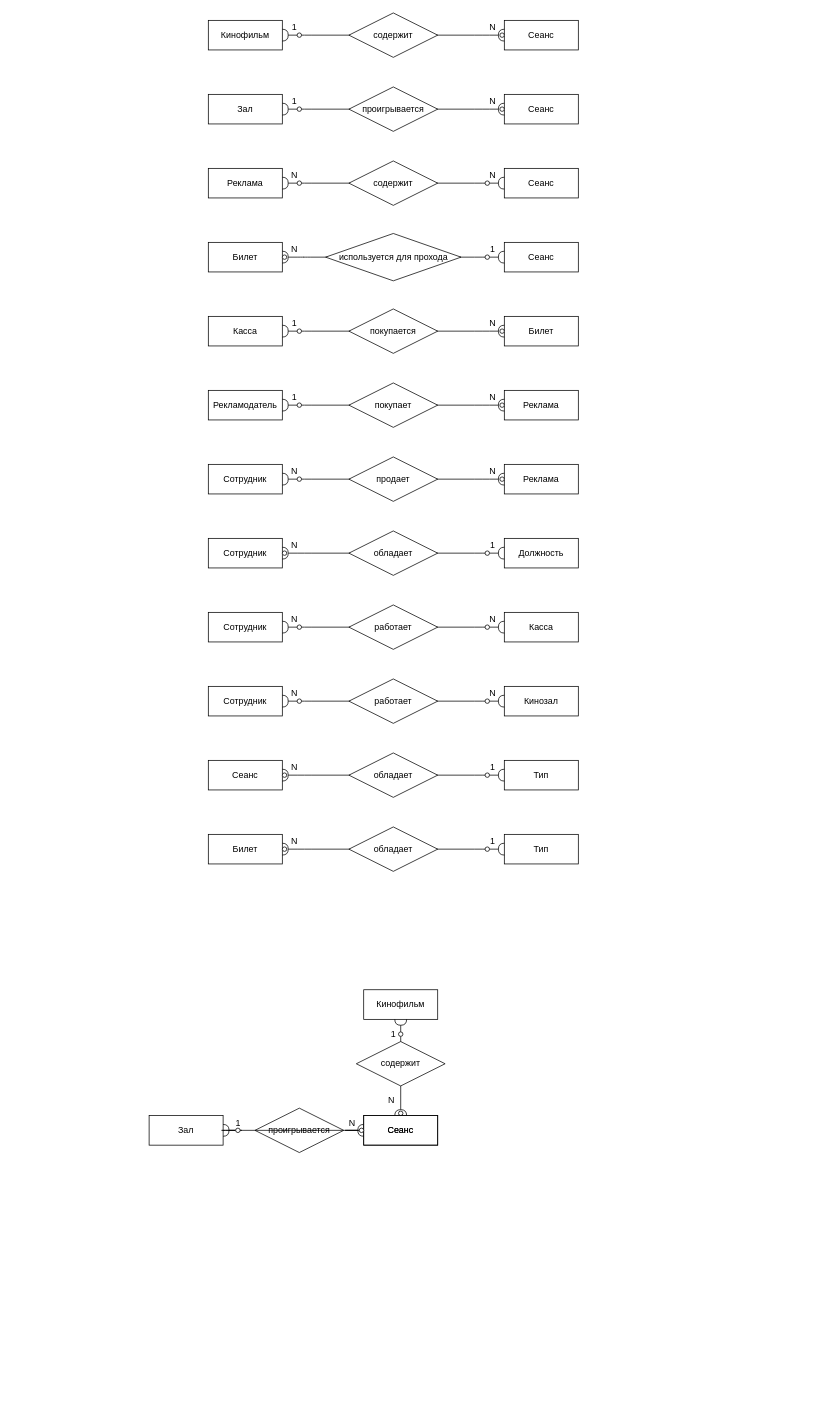
qbr-dude/CourseWork_CSM keeps this draw.io diagram as DataBaseInfo.draw/ER.drawio. Above is the earlier version. Source tidied: cells renumbered, new cells numbered last; positions are measured from the earlier drawing's top-left corner, leaving out a move shared by most shapes. Both pictures are drawn from the tidied source at 74%, with x=0, y=0 at pixel (149, 13).
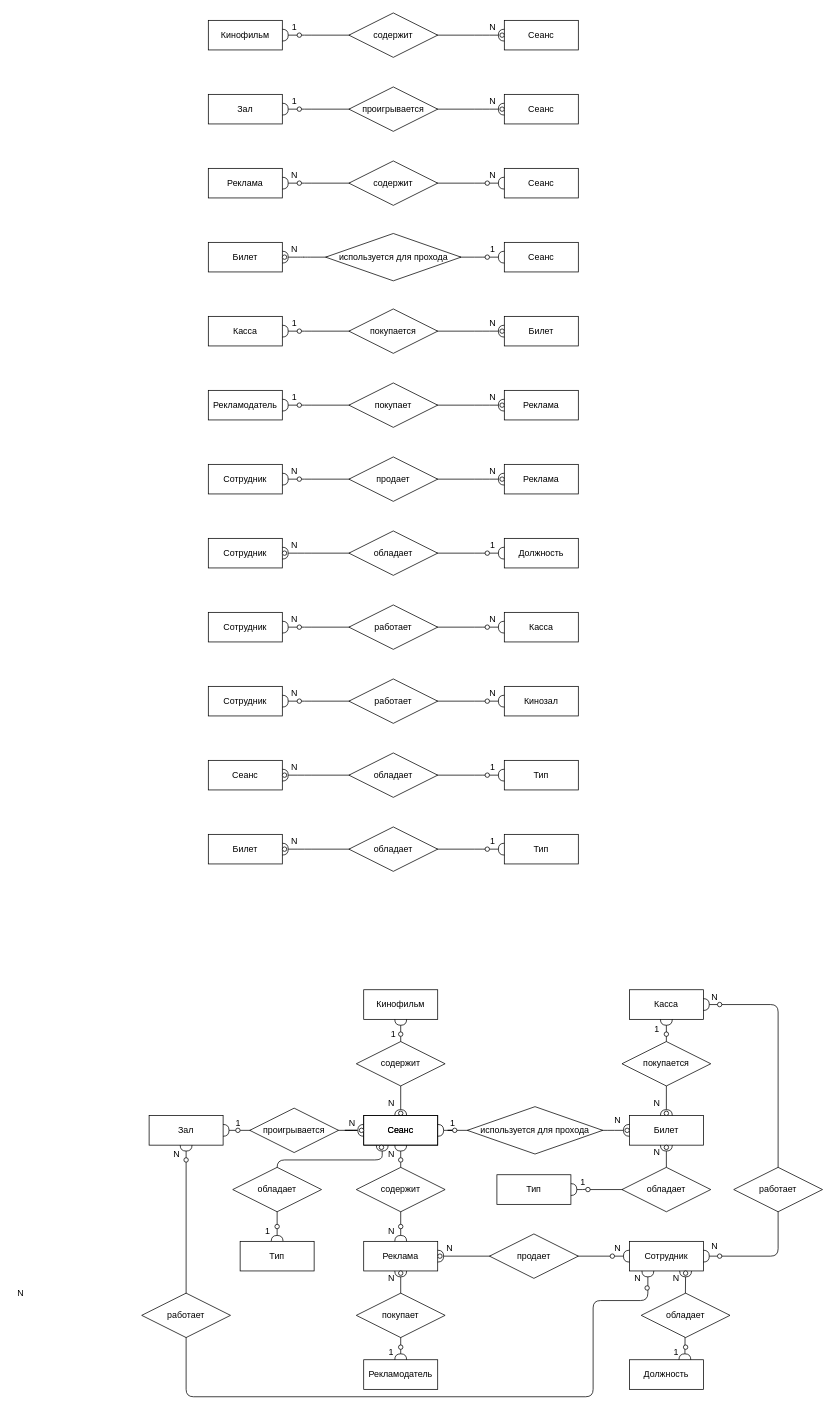
The same page after the edit.

Unchanged cells that the change refers to:
```xml
<mxCell id="111" value="Зал" style="whiteSpace=wrap;html=1;align=center;fillColor=none;" parent="1" vertex="1">
  <mxGeometry y="1490" width="100" height="40" as="geometry" />
</mxCell>
<mxCell id="112" value="Сеанс" style="whiteSpace=wrap;html=1;align=center;fillColor=none;" parent="1" vertex="1">
  <mxGeometry x="290" y="1490" width="100" height="40" as="geometry" />
</mxCell>
<mxCell id="118" style="ellipse;whiteSpace=wrap;html=1;" parent="1" vertex="1">
  <mxGeometry x="117" y="1507" width="6" height="6" as="geometry" />
</mxCell>
```

The edit, as a diff of the source:
```diff
@@
+    <mxCell id="119" style="edgeStyle=orthogonalEdgeStyle;fontSize=12;html=1;endArrow=halfCircle;endFill=0;startArrow=halfCircle;entryX=0.5;entryY=0;entryDx=0;entryDy=0;startFill=0;exitX=0.25;exitY=1;exitDx=0;exitDy=0;" parent="1" edge="1" source="112" target="178">
+      <mxGeometry relative="1" as="geometry">
+        <Array as="points">
+          <mxPoint x="315" y="1550" />
+          <mxPoint x="173" y="1550" />
+        </Array>
+      </mxGeometry>
+    </mxCell>
@@
-    <mxCell id="3" style="edgeStyle=entityRelationEdgeStyle;fontSize=12;html=1;endArrow=none;endFill=0;startArrow=halfCircle;entryX=1;entryY=0.5;entryDx=0;entryDy=0;startFill=0;" parent="1" edge="1" target="118">
-      <mxGeometry relative="1" as="geometry">
-        <mxPoint x="100" y="1510" as="sourcePoint" />
-      </mxGeometry>
-    </mxCell>
@@
     <mxCell id="106" value="N" style="text;html=1;align=center;verticalAlign=middle;" parent="1" vertex="1">
-      <mxGeometry x="317" y="1460" width="20" height="20" as="geometry" />
+      <mxGeometry x="317" y="1464" width="20" height="20" as="geometry" />
     </mxCell>
@@
-    <mxCell id="116" value="проигрывается" style="shape=rhombus;perimeter=rhombusPerimeter;whiteSpace=wrap;html=1;align=center;" parent="1" vertex="1">
-      <mxGeometry x="143" y="1480" width="120" height="60" as="geometry" />
-    </mxCell>
@@
+    <mxCell id="116" value="проигрывается" style="shape=rhombus;perimeter=rhombusPerimeter;whiteSpace=wrap;html=1;align=center;" parent="1" vertex="1">
+      <mxGeometry x="136" y="1480" width="120" height="60" as="geometry" />
+    </mxCell>
+    <mxCell id="120" value="Реклама" style="whiteSpace=wrap;html=1;align=center;fillColor=none;" parent="1" vertex="1">
+      <mxGeometry x="290" y="1660" width="100" height="40" as="geometry" />
+    </mxCell>
+    <mxCell id="121" style="fontSize=12;html=1;endArrow=halfCircle;endFill=0;startArrow=none;exitX=0.5;exitY=1;exitDx=0;exitDy=0;startFill=0;rounded=0;entryX=0.5;entryY=0;entryDx=0;entryDy=0;" parent="1" edge="1" source="126" target="120">
+      <mxGeometry relative="1" as="geometry" />
+    </mxCell>
+    <mxCell id="122" style="fontSize=12;html=1;endArrow=halfCircle;endFill=0;startArrow=none;exitX=0.5;exitY=1;exitDx=0;exitDy=0;startFill=0;rounded=0;entryX=0.5;entryY=1;entryDx=0;entryDy=0;" parent="1" edge="1" source="128" target="128">
+      <mxGeometry relative="1" as="geometry" />
+    </mxCell>
+    <mxCell id="123" value="N" style="text;html=1;align=center;verticalAlign=middle;" parent="1" vertex="1">
+      <mxGeometry x="317" y="1533" width="20" height="20" as="geometry" />
+    </mxCell>
+    <mxCell id="124" value="N" style="text;html=1;align=center;verticalAlign=middle;" parent="1" vertex="1">
+      <mxGeometry x="317" y="1637" width="20" height="20" as="geometry" />
+    </mxCell>
+    <mxCell id="125" value="содержит" style="shape=rhombus;perimeter=rhombusPerimeter;whiteSpace=wrap;html=1;align=center;" parent="1" vertex="1">
+      <mxGeometry x="280" y="1560" width="120" height="60" as="geometry" />
+    </mxCell>
+    <mxCell id="126" style="ellipse;whiteSpace=wrap;html=1;" parent="1" vertex="1">
+      <mxGeometry x="337" y="1547" width="6" height="6" as="geometry" />
+    </mxCell>
+    <mxCell id="127" style="fontSize=12;html=1;endArrow=none;endFill=0;startArrow=halfCircle;exitX=0.5;exitY=1;exitDx=0;exitDy=0;entryX=0.5;entryY=0;entryDx=0;entryDy=0;startFill=0;rounded=0;" parent="1" edge="1" target="126">
+      <mxGeometry relative="1" as="geometry">
+        <mxPoint x="340" y="1530" as="sourcePoint" />
+      </mxGeometry>
+    </mxCell>
+    <mxCell id="128" style="ellipse;whiteSpace=wrap;html=1;" parent="1" vertex="1">
+      <mxGeometry x="337" y="1637" width="6" height="6" as="geometry" />
+    </mxCell>
+    <mxCell id="129" style="endArrow=none;html=1;rounded=0;entryX=0;entryY=0.5;entryDx=0;entryDy=0;exitX=1;exitY=0.5;exitDx=0;exitDy=0;startArrow=halfCircle;startFill=0;" parent="1" edge="1" source="111" target="118">
+      <mxGeometry relative="1" as="geometry" />
+    </mxCell>
+    <mxCell id="130" value="Билет" style="whiteSpace=wrap;html=1;align=center;fillColor=none;" parent="1" vertex="1">
+      <mxGeometry x="649" y="1490" width="100" height="40" as="geometry" />
+    </mxCell>
+    <mxCell id="131" value="N" style="text;html=1;align=center;verticalAlign=middle;" parent="1" vertex="1">
+      <mxGeometry x="623" y="1487" width="20" height="20" as="geometry" />
+    </mxCell>
+    <mxCell id="132" style="edgeStyle=entityRelationEdgeStyle;fontSize=12;html=1;endArrow=none;endFill=0;startArrow=halfCircle;startFill=0;entryX=0;entryY=0.5;entryDx=0;entryDy=0;exitX=1;exitY=0.5;exitDx=0;exitDy=0;" parent="1" edge="1" source="112" target="135">
+      <mxGeometry relative="1" as="geometry" />
+    </mxCell>
+    <mxCell id="133" style="ellipse;whiteSpace=wrap;html=1;" parent="1" vertex="1">
+      <mxGeometry x="643" y="1507" width="6" height="6" as="geometry" />
+    </mxCell>
+    <mxCell id="134" style="edgeStyle=entityRelationEdgeStyle;fontSize=12;html=1;endArrow=halfCircle;endFill=0;startArrow=none;exitX=0;exitY=0.5;exitDx=0;exitDy=0;startFill=0;entryX=1;entryY=0.5;entryDx=0;entryDy=0;" parent="1" edge="1" source="135" target="133">
+      <mxGeometry relative="1" as="geometry" />
+    </mxCell>
+    <mxCell id="135" value="используется для прохода" style="shape=rhombus;perimeter=rhombusPerimeter;whiteSpace=wrap;html=1;align=center;" parent="1" vertex="1">
+      <mxGeometry x="430" y="1478" width="183" height="64" as="geometry" />
+    </mxCell>
+    <mxCell id="136" style="ellipse;whiteSpace=wrap;html=1;" parent="1" vertex="1">
+      <mxGeometry x="410" y="1507" width="6" height="6" as="geometry" />
+    </mxCell>
+    <mxCell id="137" value="1" style="text;html=1;align=center;verticalAlign=middle;strokeColor=none;" parent="1" vertex="1">
+      <mxGeometry x="400" y="1490" width="20" height="20" as="geometry" />
+    </mxCell>
+    <mxCell id="138" value="Касса" style="whiteSpace=wrap;html=1;align=center;" parent="1" vertex="1">
+      <mxGeometry x="649" y="1320" width="100" height="40" as="geometry" />
+    </mxCell>
+    <mxCell id="139" style="ellipse;whiteSpace=wrap;html=1;" parent="1" vertex="1">
+      <mxGeometry x="696" y="1484" width="6" height="6" as="geometry" />
+    </mxCell>
+    <mxCell id="140" style="fontSize=12;html=1;endArrow=halfCircle;endFill=0;startArrow=halfCircle;exitX=0.5;exitY=1;exitDx=0;exitDy=0;startFill=0;entryX=0.5;entryY=1;entryDx=0;entryDy=0;" parent="1" edge="1" source="138" target="139">
+      <mxGeometry relative="1" as="geometry" />
+    </mxCell>
+    <mxCell id="141" style="ellipse;whiteSpace=wrap;html=1;" parent="1" vertex="1">
+      <mxGeometry x="696" y="1377" width="6" height="6" as="geometry" />
+    </mxCell>
+    <mxCell id="142" value="1" style="text;html=1;align=center;verticalAlign=middle;" parent="1" vertex="1">
+      <mxGeometry x="676" y="1363" width="20" height="20" as="geometry" />
+    </mxCell>
+    <mxCell id="143" value="N" style="text;html=1;align=center;verticalAlign=middle;" parent="1" vertex="1">
+      <mxGeometry x="676" y="1464" width="20" height="20" as="geometry" />
+    </mxCell>
+    <mxCell id="144" value="покупается" style="shape=rhombus;perimeter=rhombusPerimeter;whiteSpace=wrap;html=1;align=center;" parent="1" vertex="1">
+      <mxGeometry x="639" y="1390" width="120" height="60" as="geometry" />
+    </mxCell>
+    <mxCell id="145" value="Рекламодатель" style="whiteSpace=wrap;html=1;align=center;" parent="1" vertex="1">
+      <mxGeometry x="290" y="1820" width="100" height="40" as="geometry" />
+    </mxCell>
+    <mxCell id="146" style="ellipse;whiteSpace=wrap;html=1;" parent="1" vertex="1">
+      <mxGeometry x="337" y="1700" width="6" height="6" as="geometry" />
+    </mxCell>
+    <mxCell id="147" style="fontSize=12;html=1;endArrow=halfCircle;endFill=0;startArrow=halfCircle;exitX=0.5;exitY=0;exitDx=0;exitDy=0;startFill=0;entryX=0.5;entryY=0;entryDx=0;entryDy=0;" parent="1" edge="1" source="145" target="146">
+      <mxGeometry relative="1" as="geometry" />
+    </mxCell>
+    <mxCell id="148" style="ellipse;whiteSpace=wrap;html=1;" parent="1" vertex="1">
+      <mxGeometry x="337" y="1800" width="6" height="6" as="geometry" />
+    </mxCell>
+    <mxCell id="149" value="1" style="text;html=1;align=center;verticalAlign=middle;" parent="1" vertex="1">
+      <mxGeometry x="317" y="1800" width="20" height="20" as="geometry" />
+    </mxCell>
+    <mxCell id="150" value="N" style="text;html=1;align=center;verticalAlign=middle;" parent="1" vertex="1">
+      <mxGeometry x="317" y="1700" width="20" height="20" as="geometry" />
+    </mxCell>
+    <mxCell id="151" value="покупает" style="shape=rhombus;perimeter=rhombusPerimeter;whiteSpace=wrap;html=1;align=center;" parent="1" vertex="1">
+      <mxGeometry x="280" y="1730" width="120" height="60" as="geometry" />
+    </mxCell>
+    <mxCell id="152" value="Сотрудник" style="whiteSpace=wrap;html=1;align=center;" parent="1" vertex="1">
+      <mxGeometry x="649" y="1660" width="100" height="40" as="geometry" />
+    </mxCell>
+    <mxCell id="153" style="ellipse;whiteSpace=wrap;html=1;" parent="1" vertex="1">
+      <mxGeometry x="390" y="1677" width="6" height="6" as="geometry" />
+    </mxCell>
+    <mxCell id="154" style="fontSize=12;html=1;endArrow=halfCircle;endFill=0;startArrow=halfCircle;startFill=0;entryX=0;entryY=0.5;entryDx=0;entryDy=0;exitX=0;exitY=0.5;exitDx=0;exitDy=0;" parent="1" edge="1" source="152" target="153">
+      <mxGeometry relative="1" as="geometry" />
+    </mxCell>
+    <mxCell id="155" style="ellipse;whiteSpace=wrap;html=1;" parent="1" vertex="1">
+      <mxGeometry x="623" y="1677" width="6" height="6" as="geometry" />
+    </mxCell>
+    <mxCell id="156" value="N" style="text;html=1;align=center;verticalAlign=middle;" parent="1" vertex="1">
+      <mxGeometry x="623" y="1660" width="20" height="20" as="geometry" />
+    </mxCell>
+    <mxCell id="157" value="N" style="text;html=1;align=center;verticalAlign=middle;" parent="1" vertex="1">
+      <mxGeometry x="396" y="1660" width="20" height="20" as="geometry" />
+    </mxCell>
+    <mxCell id="158" value="продает" style="shape=rhombus;perimeter=rhombusPerimeter;whiteSpace=wrap;html=1;align=center;" parent="1" vertex="1">
+      <mxGeometry x="460" y="1650" width="120" height="60" as="geometry" />
+    </mxCell>
+    <mxCell id="159" value="Должность" style="whiteSpace=wrap;html=1;align=center;" parent="1" vertex="1">
+      <mxGeometry x="649" y="1820" width="100" height="40" as="geometry" />
+    </mxCell>
+    <mxCell id="160" style="ellipse;whiteSpace=wrap;html=1;" parent="1" vertex="1">
+      <mxGeometry x="722" y="1700" width="6" height="6" as="geometry" />
+    </mxCell>
+    <mxCell id="161" value="N" style="text;html=1;align=center;verticalAlign=middle;" parent="1" vertex="1">
+      <mxGeometry x="702" y="1700" width="20" height="20" as="geometry" />
+    </mxCell>
+    <mxCell id="162" value="1" style="text;html=1;align=center;verticalAlign=middle;" parent="1" vertex="1">
+      <mxGeometry x="702" y="1800" width="20" height="20" as="geometry" />
+    </mxCell>
+    <mxCell id="163" style="fontSize=12;html=1;endArrow=halfCircle;endFill=0;startArrow=halfCircle;entryX=0.75;entryY=0;entryDx=0;entryDy=0;startFill=0;exitX=0.5;exitY=0;exitDx=0;exitDy=0;" parent="1" edge="1" source="160" target="159">
+      <mxGeometry relative="1" as="geometry" />
+    </mxCell>
+    <mxCell id="164" style="ellipse;whiteSpace=wrap;html=1;" parent="1" vertex="1">
+      <mxGeometry x="722" y="1800" width="6" height="6" as="geometry" />
+    </mxCell>
+    <mxCell id="165" value="обладает" style="shape=rhombus;perimeter=rhombusPerimeter;whiteSpace=wrap;html=1;align=center;" parent="1" vertex="1">
+      <mxGeometry x="665" y="1730" width="120" height="60" as="geometry" />
+    </mxCell>
+    <mxCell id="166" value="N" style="text;html=1;align=center;verticalAlign=middle;" parent="1" vertex="1">
+      <mxGeometry x="754" y="1320" width="20" height="20" as="geometry" />
+    </mxCell>
+    <mxCell id="167" value="N" style="text;html=1;align=center;verticalAlign=middle;" parent="1" vertex="1">
+      <mxGeometry x="754" y="1657" width="20" height="20" as="geometry" />
+    </mxCell>
+    <mxCell id="168" style="edgeStyle=orthogonalEdgeStyle;fontSize=12;html=1;endArrow=halfCircle;endFill=0;startArrow=halfCircle;exitX=1;exitY=0.5;exitDx=0;exitDy=0;entryX=1;entryY=0.5;entryDx=0;entryDy=0;startFill=0;jumpSize=10;endSize=6;targetPerimeterSpacing=0;" parent="1" edge="1" source="138" target="152">
+      <mxGeometry relative="1" as="geometry">
+        <Array as="points">
+          <mxPoint x="850" y="1340" />
+          <mxPoint x="850" y="1680" />
+        </Array>
+      </mxGeometry>
+    </mxCell>
+    <mxCell id="169" style="ellipse;whiteSpace=wrap;html=1;" parent="1" vertex="1">
+      <mxGeometry x="768" y="1677" width="6" height="6" as="geometry" />
+    </mxCell>
+    <mxCell id="170" style="ellipse;whiteSpace=wrap;html=1;" parent="1" vertex="1">
+      <mxGeometry x="768" y="1337" width="6" height="6" as="geometry" />
+    </mxCell>
+    <mxCell id="171" value="N" style="text;html=1;align=center;verticalAlign=middle;" parent="1" vertex="1">
+      <mxGeometry x="27" y="1533" width="20" height="20" as="geometry" />
+    </mxCell>
+    <mxCell id="172" value="N" style="text;html=1;align=center;verticalAlign=middle;" parent="1" vertex="1">
+      <mxGeometry x="650" y="1700" width="20" height="20" as="geometry" />
+    </mxCell>
+    <mxCell id="173" style="edgeStyle=orthogonalEdgeStyle;fontSize=12;html=1;endArrow=halfCircle;endFill=0;startArrow=halfCircle;entryX=0.25;entryY=1;entryDx=0;entryDy=0;startFill=0;exitX=0.5;exitY=1;exitDx=0;exitDy=0;" parent="1" edge="1" source="111" target="152">
+      <mxGeometry relative="1" as="geometry">
+        <Array as="points">
+          <mxPoint x="50" y="1870" />
+          <mxPoint x="600" y="1870" />
+          <mxPoint x="600" y="1740" />
+          <mxPoint x="674" y="1740" />
+        </Array>
+      </mxGeometry>
+    </mxCell>
+    <mxCell id="174" style="ellipse;whiteSpace=wrap;html=1;" parent="1" vertex="1">
+      <mxGeometry x="670" y="1720" width="6" height="6" as="geometry" />
+    </mxCell>
+    <mxCell id="175" value="работает" style="shape=rhombus;perimeter=rhombusPerimeter;whiteSpace=wrap;html=1;align=center;" parent="1" vertex="1">
+      <mxGeometry x="-10" y="1730" width="120" height="60" as="geometry" />
+    </mxCell>
+    <mxCell id="176" style="ellipse;whiteSpace=wrap;html=1;" parent="1" vertex="1">
+      <mxGeometry x="47" y="1547" width="6" height="6" as="geometry" />
+    </mxCell>
+    <mxCell id="177" value="работает" style="shape=rhombus;perimeter=rhombusPerimeter;whiteSpace=wrap;html=1;align=center;" parent="1" vertex="1">
+      <mxGeometry x="790" y="1560" width="120" height="60" as="geometry" />
+    </mxCell>
+    <mxCell id="178" value="Тип" style="whiteSpace=wrap;html=1;align=center;" parent="1" vertex="1">
+      <mxGeometry x="123" y="1660" width="100" height="40" as="geometry" />
+    </mxCell>
+    <mxCell id="179" style="ellipse;whiteSpace=wrap;html=1;" parent="1" vertex="1">
+      <mxGeometry x="311" y="1530" width="6" height="6" as="geometry" />
+    </mxCell>
+    <mxCell id="180" value="N" style="text;html=1;align=center;verticalAlign=middle;" parent="1" vertex="1">
+      <mxGeometry x="-184" y="1720" width="20" height="20" as="geometry" />
+    </mxCell>
+    <mxCell id="181" value="1" style="text;html=1;align=center;verticalAlign=middle;" parent="1" vertex="1">
+      <mxGeometry x="150" y="1637" width="20" height="20" as="geometry" />
+    </mxCell>
+    <mxCell id="182" value="обладает" style="shape=rhombus;perimeter=rhombusPerimeter;whiteSpace=wrap;html=1;align=center;" parent="1" vertex="1">
+      <mxGeometry x="113" y="1560" width="120" height="60" as="geometry" />
+    </mxCell>
+    <mxCell id="183" style="ellipse;whiteSpace=wrap;html=1;" parent="1" vertex="1">
+      <mxGeometry x="170" y="1637" width="6" height="6" as="geometry" />
+    </mxCell>
+    <mxCell id="184" value="Тип" style="whiteSpace=wrap;html=1;align=center;" parent="1" vertex="1">
+      <mxGeometry x="470" y="1570" width="100" height="40" as="geometry" />
+    </mxCell>
+    <mxCell id="185" style="ellipse;whiteSpace=wrap;html=1;" parent="1" vertex="1">
+      <mxGeometry x="696" y="1530" width="6" height="6" as="geometry" />
+    </mxCell>
+    <mxCell id="186" value="N" style="text;html=1;align=center;verticalAlign=middle;" parent="1" vertex="1">
+      <mxGeometry x="676" y="1530" width="20" height="20" as="geometry" />
+    </mxCell>
+    <mxCell id="187" value="1" style="text;html=1;align=center;verticalAlign=middle;" parent="1" vertex="1">
+      <mxGeometry x="576" y="1570" width="20" height="20" as="geometry" />
+    </mxCell>
+    <mxCell id="188" style="edgeStyle=orthogonalEdgeStyle;fontSize=12;html=1;endArrow=halfCircle;endFill=0;startArrow=none;entryX=1;entryY=0.5;entryDx=0;entryDy=0;startFill=0;exitX=0.5;exitY=0;exitDx=0;exitDy=0;" parent="1" edge="1" source="189" target="184">
+      <mxGeometry relative="1" as="geometry">
+        <Array as="points">
+          <mxPoint x="593" y="1590" />
+        </Array>
+      </mxGeometry>
+    </mxCell>
+    <mxCell id="189" style="ellipse;whiteSpace=wrap;html=1;" parent="1" vertex="1">
+      <mxGeometry x="590" y="1587" width="6" height="6" as="geometry" />
+    </mxCell>
+    <mxCell id="190" style="edgeStyle=orthogonalEdgeStyle;fontSize=12;html=1;endArrow=none;endFill=0;startArrow=halfCircle;entryX=1;entryY=0.5;entryDx=0;entryDy=0;startFill=0;exitX=0.5;exitY=0;exitDx=0;exitDy=0;" parent="1" edge="1" source="185" target="189">
+      <mxGeometry relative="1" as="geometry">
+        <Array as="points">
+          <mxPoint x="699" y="1590" />
+        </Array>
+      </mxGeometry>
+    </mxCell>
+    <mxCell id="191" value="обладает" style="shape=rhombus;perimeter=rhombusPerimeter;whiteSpace=wrap;html=1;align=center;" parent="1" vertex="1">
+      <mxGeometry x="639" y="1560" width="120" height="60" as="geometry" />
+    </mxCell>
```
